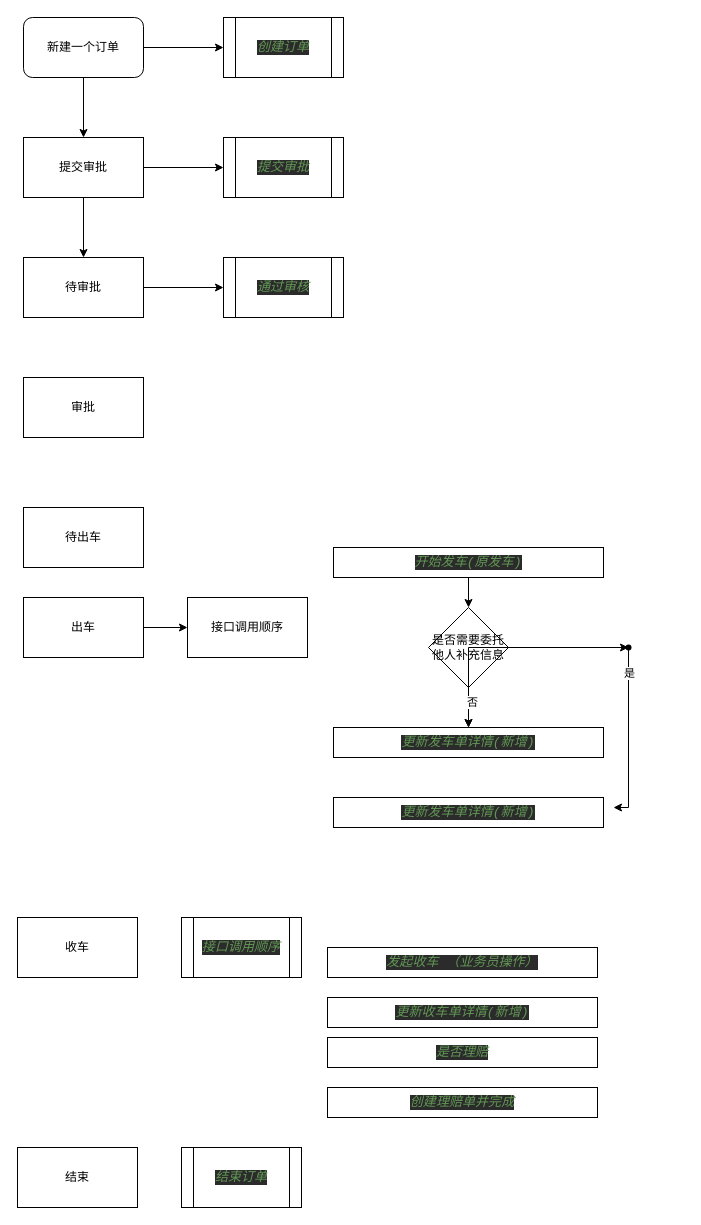
Before: Untitled Diagram.drawio in yangrenqing/yangrenqing, a draw.io diagram. Source tidied: cells renumbered, new cells numbered last; positions are measured from the earlier drawing's top-left corner, leaving out a move shared by most shapes. Both pictures are drawn from the tidied source at 100%, with x=0, y=0 at pixel (17, 17).
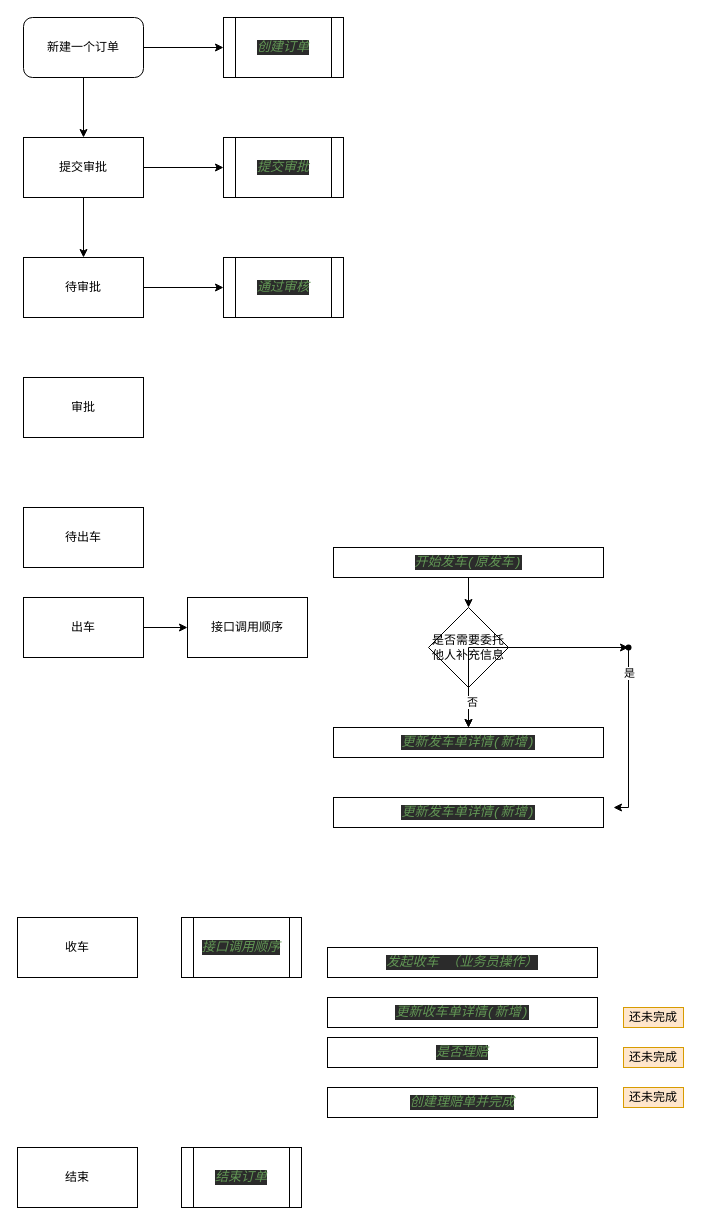
The same page after the edit.

What changed in the source:
```diff
@@
+    <mxCell id="38" value="还未完成" style="text;html=1;strokeColor=#d79b00;fillColor=#ffe6cc;align=center;verticalAlign=middle;whiteSpace=wrap;rounded=0;" parent="1" vertex="1">
+      <mxGeometry x="606" y="990" width="60" height="20" as="geometry" />
+    </mxCell>
+    <mxCell id="39" value="还未完成" style="text;html=1;strokeColor=#d79b00;fillColor=#ffe6cc;align=center;verticalAlign=middle;whiteSpace=wrap;rounded=0;" parent="1" vertex="1">
+      <mxGeometry x="606" y="1030" width="60" height="20" as="geometry" />
+    </mxCell>
+    <mxCell id="40" value="还未完成" style="text;html=1;strokeColor=#d79b00;fillColor=#ffe6cc;align=center;verticalAlign=middle;whiteSpace=wrap;rounded=0;" parent="1" vertex="1">
+      <mxGeometry x="606" y="1070" width="60" height="20" as="geometry" />
+    </mxCell>
```
